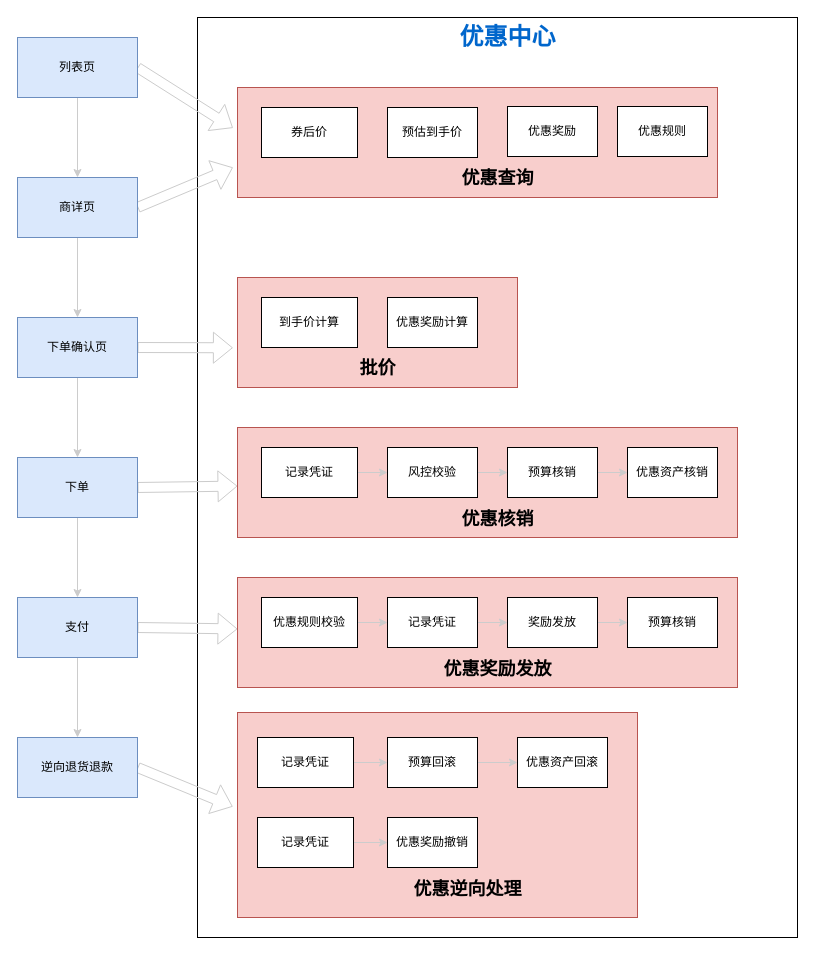
Before: page "Page-36" (24 of 32) of Untitled Diagram.drawio in zengcrvip/basedemo, a draw.io diagram. Source tidied: cells renumbered, new cells numbered last; positions are measured from the earlier drawing's top-left corner, leaving out a move shared by most shapes. Both pictures are drawn from the tidied source at 100%, with x=0, y=0 at pixel (17, 17).
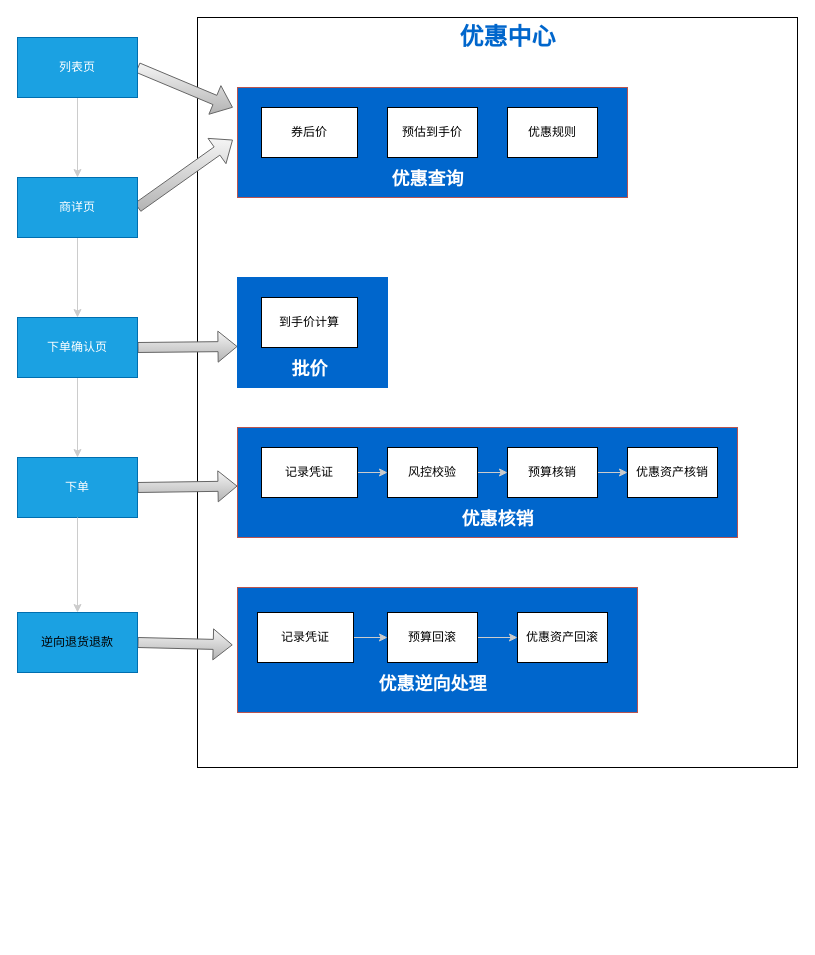
The same page after the edit.

What changed in the source:
```diff
@@
     <mxCell id="2" style="rounded=0;whiteSpace=wrap;html=1;fontFamily=Verdana;fontSize=12;fontColor=#000000;align=center;" parent="1" vertex="1">
-      <mxGeometry x="180" width="600" height="920" as="geometry" />
+      <mxGeometry x="180" width="600" height="750" as="geometry" />
     </mxCell>
@@
-    <mxCell id="4" style="edgeStyle=none;shape=flexArrow;rounded=1;jettySize=auto;html=1;exitX=1;exitY=0.5;exitDx=0;exitDy=0;entryX=0.059;entryY=0.12;entryDx=0;entryDy=0;entryPerimeter=0;labelBackgroundColor=default;fontFamily=Verdana;fontSize=12;fontColor=#000000;strokeColor=#CCCCCC;" parent="1" edge="1" source="5" target="2">
+    <mxCell id="4" style="edgeStyle=none;shape=flexArrow;rounded=1;jettySize=auto;html=1;exitX=1;exitY=0.5;exitDx=0;exitDy=0;entryX=0.059;entryY=0.12;entryDx=0;entryDy=0;entryPerimeter=0;labelBackgroundColor=default;fontFamily=Verdana;fontSize=12;fontColor=#000000;strokeColor=#666666;fillColor=#f5f5f5;gradientColor=#b3b3b3;" parent="1" edge="1" source="5" target="2">
       <mxGeometry relative="1" as="geometry" />
     </mxCell>
-    <mxCell id="5" value="列表页" style="rounded=0;whiteSpace=wrap;html=1;fillColor=#dae8fc;strokeColor=#6c8ebf;" parent="1" vertex="1">
+    <mxCell id="5" value="列表页" style="rounded=0;whiteSpace=wrap;html=1;fillColor=#1ba1e2;strokeColor=#006EAF;fontColor=#ffffff;" parent="1" vertex="1">
       <mxGeometry y="20" width="120" height="60" as="geometry" />
     </mxCell>
@@
-    <mxCell id="7" style="edgeStyle=none;shape=flexArrow;rounded=1;jettySize=auto;html=1;exitX=1;exitY=0.5;exitDx=0;exitDy=0;entryX=0.059;entryY=0.163;entryDx=0;entryDy=0;entryPerimeter=0;labelBackgroundColor=default;fontFamily=Verdana;fontSize=12;fontColor=#000000;strokeColor=#CCCCCC;" parent="1" edge="1" source="8" target="2">
+    <mxCell id="7" style="edgeStyle=none;shape=flexArrow;rounded=1;jettySize=auto;html=1;exitX=1;exitY=0.5;exitDx=0;exitDy=0;entryX=0.059;entryY=0.163;entryDx=0;entryDy=0;entryPerimeter=0;labelBackgroundColor=default;fontFamily=Verdana;fontSize=12;fontColor=#000000;strokeColor=#666666;fillColor=#f5f5f5;gradientColor=#b3b3b3;" parent="1" edge="1" source="8" target="2">
       <mxGeometry relative="1" as="geometry" />
     </mxCell>
-    <mxCell id="8" value="商详页" style="rounded=0;whiteSpace=wrap;html=1;fillColor=#dae8fc;strokeColor=#6c8ebf;" parent="1" vertex="1">
+    <mxCell id="8" value="商详页" style="rounded=0;whiteSpace=wrap;html=1;fillColor=#1ba1e2;strokeColor=#006EAF;fontColor=#ffffff;" parent="1" vertex="1">
       <mxGeometry y="160" width="120" height="60" as="geometry" />
     </mxCell>
@@
-    <mxCell id="10" style="edgeStyle=none;shape=flexArrow;rounded=1;jettySize=auto;html=1;exitX=1;exitY=0.5;exitDx=0;exitDy=0;entryX=0.059;entryY=0.359;entryDx=0;entryDy=0;entryPerimeter=0;labelBackgroundColor=default;fontFamily=Verdana;fontSize=12;fontColor=#000000;strokeColor=#CCCCCC;" parent="1" edge="1" source="11" target="2">
+    <mxCell id="10" style="edgeStyle=none;shape=flexArrow;rounded=1;jettySize=auto;html=1;exitX=1;exitY=0.5;exitDx=0;exitDy=0;entryX=0;entryY=0.627;entryDx=0;entryDy=0;entryPerimeter=0;labelBackgroundColor=default;fontFamily=Verdana;fontSize=12;fontColor=#000000;strokeColor=#666666;fillColor=#f5f5f5;gradientColor=#b3b3b3;" parent="1" edge="1" source="11" target="48">
       <mxGeometry relative="1" as="geometry" />
     </mxCell>
-    <mxCell id="11" value="下单确认页" style="rounded=0;whiteSpace=wrap;html=1;fillColor=#dae8fc;strokeColor=#6c8ebf;" parent="1" vertex="1">
+    <mxCell id="11" value="下单确认页" style="rounded=0;whiteSpace=wrap;html=1;fillColor=#1ba1e2;strokeColor=#006EAF;fontColor=#ffffff;" parent="1" vertex="1">
       <mxGeometry y="300" width="120" height="60" as="geometry" />
     </mxCell>
-    <mxCell id="12" style="edgeStyle=none;rounded=1;jettySize=auto;html=1;exitX=0.5;exitY=1;exitDx=0;exitDy=0;entryX=0.5;entryY=0;entryDx=0;entryDy=0;labelBackgroundColor=default;fontFamily=Verdana;fontSize=12;fontColor=#000000;strokeColor=#CCCCCC;" parent="1" edge="1" source="14" target="17">
-      <mxGeometry relative="1" as="geometry" />
-    </mxCell>
-    <mxCell id="13" style="edgeStyle=none;shape=flexArrow;rounded=1;jettySize=auto;html=1;exitX=1;exitY=0.5;exitDx=0;exitDy=0;labelBackgroundColor=default;fontFamily=Verdana;fontSize=12;fontColor=#000000;strokeColor=#CCCCCC;" parent="1" edge="1" source="14" target="20">
+    <mxCell id="13" style="edgeStyle=none;shape=flexArrow;rounded=1;jettySize=auto;html=1;exitX=1;exitY=0.5;exitDx=0;exitDy=0;labelBackgroundColor=default;fontFamily=Verdana;fontSize=12;fontColor=#000000;strokeColor=#666666;fillColor=#f5f5f5;gradientColor=#b3b3b3;" parent="1" edge="1" source="14" target="20">
       <mxGeometry relative="1" as="geometry" />
     </mxCell>
-    <mxCell id="14" value="下单" style="rounded=0;whiteSpace=wrap;html=1;fillColor=#dae8fc;strokeColor=#6c8ebf;" parent="1" vertex="1">
+    <mxCell id="14" value="下单" style="rounded=0;whiteSpace=wrap;html=1;fillColor=#1ba1e2;strokeColor=#006EAF;fontColor=#ffffff;" parent="1" vertex="1">
       <mxGeometry y="440" width="120" height="60" as="geometry" />
     </mxCell>
-    <mxCell id="15" style="edgeStyle=none;rounded=1;jettySize=auto;html=1;exitX=0.5;exitY=1;exitDx=0;exitDy=0;entryX=0.5;entryY=0;entryDx=0;entryDy=0;labelBackgroundColor=default;fontFamily=Verdana;fontSize=12;fontColor=#000000;strokeColor=#CCCCCC;" parent="1" edge="1" source="17" target="19">
-      <mxGeometry relative="1" as="geometry" />
+    <mxCell id="15" style="edgeStyle=none;rounded=1;jettySize=auto;html=1;exitX=0.5;exitY=1;exitDx=0;exitDy=0;entryX=0.5;entryY=0;entryDx=0;entryDy=0;labelBackgroundColor=default;fontFamily=Verdana;fontSize=12;fontColor=#000000;strokeColor=#CCCCCC;" parent="1" edge="1" target="19">
+      <mxGeometry relative="1" as="geometry">
+        <mxPoint x="60" y="500" as="sourcePoint" />
+      </mxGeometry>
     </mxCell>
-    <mxCell id="16" style="edgeStyle=none;shape=flexArrow;rounded=1;jettySize=auto;html=1;exitX=1;exitY=0.5;exitDx=0;exitDy=0;labelBackgroundColor=default;fontFamily=Verdana;fontSize=12;fontColor=#000000;strokeColor=#CCCCCC;" parent="1" edge="1" source="17" target="39">
-      <mxGeometry relative="1" as="geometry" />
-    </mxCell>
-    <mxCell id="17" value="支付" style="rounded=0;whiteSpace=wrap;html=1;fillColor=#dae8fc;strokeColor=#6c8ebf;" parent="1" vertex="1">
-      <mxGeometry y="580" width="120" height="60" as="geometry" />
-    </mxCell>
-    <mxCell id="18" style="edgeStyle=none;shape=flexArrow;rounded=1;jettySize=auto;html=1;exitX=1;exitY=0.5;exitDx=0;exitDy=0;entryX=-0.012;entryY=0.459;entryDx=0;entryDy=0;entryPerimeter=0;labelBackgroundColor=default;fontFamily=Verdana;fontSize=12;fontColor=#000000;strokeColor=#CCCCCC;" parent="1" edge="1" source="19" target="29">
+    <mxCell id="18" style="edgeStyle=none;shape=flexArrow;rounded=1;jettySize=auto;html=1;exitX=1;exitY=0.5;exitDx=0;exitDy=0;entryX=-0.012;entryY=0.459;entryDx=0;entryDy=0;entryPerimeter=0;labelBackgroundColor=default;fontFamily=Verdana;fontSize=12;fontColor=#000000;strokeColor=#666666;fillColor=#f5f5f5;gradientColor=#b3b3b3;" parent="1" edge="1" source="19" target="29">
       <mxGeometry relative="1" as="geometry" />
     </mxCell>
-    <mxCell id="19" value="&lt;span style=&quot;color: rgb(0 , 0 , 0)&quot;&gt;逆向退货退款&lt;/span&gt;" style="rounded=0;whiteSpace=wrap;html=1;fillColor=#dae8fc;strokeColor=#6c8ebf;" parent="1" vertex="1">
-      <mxGeometry y="720" width="120" height="60" as="geometry" />
+    <mxCell id="19" value="&lt;span style=&quot;color: rgb(0 , 0 , 0)&quot;&gt;逆向退货退款&lt;/span&gt;" style="rounded=0;whiteSpace=wrap;html=1;fillColor=#1ba1e2;strokeColor=#006EAF;fontColor=#ffffff;" parent="1" vertex="1">
+      <mxGeometry y="595" width="120" height="60" as="geometry" />
     </mxCell>
-    <mxCell id="20" style="rounded=0;whiteSpace=wrap;html=1;fontFamily=Verdana;fontSize=12;align=center;fillColor=#f8cecc;strokeColor=#b85450;" parent="1" vertex="1">
+    <mxCell id="20" style="rounded=0;whiteSpace=wrap;html=1;fontFamily=Verdana;fontSize=12;align=center;fillColor=#0066CC;strokeColor=#b85450;" parent="1" vertex="1">
       <mxGeometry x="220" y="410" width="500" height="110" as="geometry" />
     </mxCell>
@@
-    <mxCell id="28" value="&lt;font style=&quot;font-size: 18px&quot;&gt;优惠核销&lt;/font&gt;" style="text;strokeColor=none;fillColor=none;html=1;fontSize=24;fontStyle=1;verticalAlign=middle;align=center;fontFamily=Verdana;fontColor=#000000;" parent="1" vertex="1">
+    <mxCell id="28" value="&lt;font style=&quot;font-size: 18px&quot; color=&quot;#ffffff&quot;&gt;优惠核销&lt;/font&gt;" style="text;strokeColor=none;fillColor=none;html=1;fontSize=24;fontStyle=1;verticalAlign=middle;align=center;fontFamily=Verdana;fontColor=#000000;" parent="1" vertex="1">
       <mxGeometry x="430" y="480" width="100" height="40" as="geometry" />
     </mxCell>
-    <mxCell id="29" style="rounded=0;whiteSpace=wrap;html=1;fontFamily=Verdana;fontSize=12;align=center;fillColor=#f8cecc;strokeColor=#b85450;" parent="1" vertex="1">
-      <mxGeometry x="220" y="695" width="400" height="205" as="geometry" />
+    <mxCell id="29" style="rounded=0;whiteSpace=wrap;html=1;fontFamily=Verdana;fontSize=12;align=center;fillColor=#0066CC;strokeColor=#b85450;" parent="1" vertex="1">
+      <mxGeometry x="220" y="570" width="400" height="125" as="geometry" />
     </mxCell>
@@
     <mxCell id="31" value="记录凭证" style="rounded=0;whiteSpace=wrap;html=1;fontFamily=Verdana;fontSize=12;fontColor=#000000;align=center;" parent="1" vertex="1">
-      <mxGeometry x="240" y="720" width="96" height="50" as="geometry" />
+      <mxGeometry x="240" y="595" width="96" height="50" as="geometry" />
     </mxCell>
@@
     <mxCell id="33" value="预算回滚" style="rounded=0;whiteSpace=wrap;html=1;fontFamily=Verdana;fontSize=12;fontColor=#000000;align=center;" parent="1" vertex="1">
-      <mxGeometry x="370" y="720" width="90" height="50" as="geometry" />
+      <mxGeometry x="370" y="595" width="90" height="50" as="geometry" />
     </mxCell>
     <mxCell id="34" value="优惠资产回滚" style="rounded=0;whiteSpace=wrap;html=1;fontFamily=Verdana;fontSize=12;fontColor=#000000;align=center;" parent="1" vertex="1">
-      <mxGeometry x="500" y="720" width="90" height="50" as="geometry" />
+      <mxGeometry x="500" y="595" width="90" height="50" as="geometry" />
     </mxCell>
-    <mxCell id="35" style="edgeStyle=none;rounded=1;jettySize=auto;html=1;exitX=1;exitY=0.5;exitDx=0;exitDy=0;labelBackgroundColor=default;fontFamily=Verdana;fontSize=12;fontColor=#0066CC;strokeColor=#CCCCCC;" parent="1" edge="1" source="36" target="37">
-      <mxGeometry relative="1" as="geometry" />
-    </mxCell>
-    <mxCell id="36" value="记录凭证" style="rounded=0;whiteSpace=wrap;html=1;fontFamily=Verdana;fontSize=12;fontColor=#000000;align=center;" parent="1" vertex="1">
-      <mxGeometry x="240" y="800" width="96" height="50" as="geometry" />
-    </mxCell>
-    <mxCell id="37" value="优惠奖励撤销" style="rounded=0;whiteSpace=wrap;html=1;fontFamily=Verdana;fontSize=12;fontColor=#000000;align=center;" parent="1" vertex="1">
-      <mxGeometry x="370" y="800" width="90" height="50" as="geometry" />
-    </mxCell>
-    <mxCell id="38" value="&lt;font style=&quot;font-size: 18px&quot;&gt;优惠逆向处理&lt;/font&gt;" style="text;strokeColor=none;fillColor=none;html=1;fontSize=24;fontStyle=1;verticalAlign=middle;align=center;fontFamily=Verdana;fontColor=#000000;" parent="1" vertex="1">
-      <mxGeometry x="400" y="850" width="100" height="40" as="geometry" />
+    <mxCell id="38" value="&lt;font style=&quot;font-size: 18px&quot; color=&quot;#ffffff&quot;&gt;优惠逆向处理&lt;/font&gt;" style="text;strokeColor=none;fillColor=none;html=1;fontSize=24;fontStyle=1;verticalAlign=middle;align=center;fontFamily=Verdana;fontColor=#000000;" parent="1" vertex="1">
+      <mxGeometry x="365" y="645" width="100" height="40" as="geometry" />
     </mxCell>
-    <mxCell id="39" style="rounded=0;whiteSpace=wrap;html=1;fontFamily=Verdana;fontSize=12;align=center;fillColor=#f8cecc;strokeColor=#b85450;" parent="1" vertex="1">
-      <mxGeometry x="220" y="560" width="500" height="110" as="geometry" />
-    </mxCell>
-    <mxCell id="40" style="edgeStyle=none;rounded=1;jettySize=auto;html=1;exitX=1;exitY=0.5;exitDx=0;exitDy=0;entryX=0;entryY=0.5;entryDx=0;entryDy=0;labelBackgroundColor=default;fontFamily=Verdana;fontSize=12;fontColor=#0066CC;strokeColor=#CCCCCC;" parent="1" edge="1" source="41" target="43">
-      <mxGeometry relative="1" as="geometry" />
-    </mxCell>
-    <mxCell id="41" value="优惠规则校验" style="rounded=0;whiteSpace=wrap;html=1;fontFamily=Verdana;fontSize=12;fontColor=#000000;align=center;" parent="1" vertex="1">
-      <mxGeometry x="244" y="580" width="96" height="50" as="geometry" />
-    </mxCell>
-    <mxCell id="42" style="edgeStyle=none;rounded=1;jettySize=auto;html=1;exitX=1;exitY=0.5;exitDx=0;exitDy=0;entryX=0;entryY=0.5;entryDx=0;entryDy=0;labelBackgroundColor=default;fontFamily=Verdana;fontSize=12;fontColor=#0066CC;strokeColor=#CCCCCC;" parent="1" edge="1" source="43" target="45">
-      <mxGeometry relative="1" as="geometry" />
-    </mxCell>
-    <mxCell id="43" value="记录凭证" style="rounded=0;whiteSpace=wrap;html=1;fontFamily=Verdana;fontSize=12;fontColor=#000000;align=center;" parent="1" vertex="1">
-      <mxGeometry x="370" y="580" width="90" height="50" as="geometry" />
-    </mxCell>
-    <mxCell id="44" style="edgeStyle=none;rounded=1;jettySize=auto;html=1;exitX=1;exitY=0.5;exitDx=0;exitDy=0;entryX=0;entryY=0.5;entryDx=0;entryDy=0;labelBackgroundColor=default;fontFamily=Verdana;fontSize=12;fontColor=#0066CC;strokeColor=#CCCCCC;" parent="1" edge="1" source="45" target="47">
-      <mxGeometry relative="1" as="geometry" />
-    </mxCell>
-    <mxCell id="45" value="奖励发放" style="rounded=0;whiteSpace=wrap;html=1;fontFamily=Verdana;fontSize=12;fontColor=#000000;align=center;" parent="1" vertex="1">
-      <mxGeometry x="490" y="580" width="90" height="50" as="geometry" />
-    </mxCell>
-    <mxCell id="46" value="&lt;span style=&quot;font-size: 18px&quot;&gt;优惠奖励发放&lt;/span&gt;" style="text;strokeColor=none;fillColor=none;html=1;fontSize=24;fontStyle=1;verticalAlign=middle;align=center;fontFamily=Verdana;fontColor=#000000;" parent="1" vertex="1">
-      <mxGeometry x="430" y="630" width="100" height="40" as="geometry" />
-    </mxCell>
-    <mxCell id="47" value="预算核销" style="rounded=0;whiteSpace=wrap;html=1;fontFamily=Verdana;fontSize=12;fontColor=#000000;align=center;" parent="1" vertex="1">
-      <mxGeometry x="610" y="580" width="90" height="50" as="geometry" />
-    </mxCell>
-    <mxCell id="48" style="rounded=0;whiteSpace=wrap;html=1;fontFamily=Verdana;fontSize=12;align=center;fillColor=#f8cecc;strokeColor=#b85450;" parent="1" vertex="1">
-      <mxGeometry x="220" y="260" width="280" height="110" as="geometry" />
+    <mxCell id="48" style="rounded=0;whiteSpace=wrap;html=1;fontFamily=Verdana;fontSize=12;align=center;fillColor=#0066CC;strokeColor=#0066CC;" parent="1" vertex="1">
+      <mxGeometry x="220" y="260" width="150" height="110" as="geometry" />
     </mxCell>
@@
-    <mxCell id="50" value="优惠奖励计算" style="rounded=0;whiteSpace=wrap;html=1;fontFamily=Verdana;fontSize=12;fontColor=#000000;align=center;" parent="1" vertex="1">
-      <mxGeometry x="370" y="280" width="90" height="50" as="geometry" />
-    </mxCell>
-    <mxCell id="51" value="&lt;span style=&quot;font-size: 18px&quot;&gt;批价&lt;/span&gt;" style="text;strokeColor=none;fillColor=none;html=1;fontSize=24;fontStyle=1;verticalAlign=middle;align=center;fontFamily=Verdana;fontColor=#000000;" parent="1" vertex="1">
-      <mxGeometry x="310" y="329" width="100" height="40" as="geometry" />
+    <mxCell id="51" value="&lt;span style=&quot;font-size: 18px&quot;&gt;&lt;font color=&quot;#ffffff&quot;&gt;批价&lt;/font&gt;&lt;/span&gt;" style="text;strokeColor=none;fillColor=none;html=1;fontSize=24;fontStyle=1;verticalAlign=middle;align=center;fontFamily=Verdana;fontColor=#000000;" parent="1" vertex="1">
+      <mxGeometry x="242" y="330" width="100" height="40" as="geometry" />
     </mxCell>
@@
-    <mxCell id="53" style="rounded=0;whiteSpace=wrap;html=1;fontFamily=Verdana;fontSize=12;align=center;fillColor=#f8cecc;strokeColor=#b85450;" parent="1" vertex="1">
-      <mxGeometry x="220" y="70" width="480" height="110" as="geometry" />
+    <mxCell id="53" style="rounded=0;whiteSpace=wrap;html=1;fontFamily=Verdana;fontSize=12;align=center;fillColor=#0066CC;strokeColor=#b85450;" parent="1" vertex="1">
+      <mxGeometry x="220" y="70" width="390" height="110" as="geometry" />
     </mxCell>
@@
-    <mxCell id="56" value="&lt;span style=&quot;font-size: 18px&quot;&gt;优惠查询&lt;/span&gt;" style="text;strokeColor=none;fillColor=none;html=1;fontSize=24;fontStyle=1;verticalAlign=middle;align=center;fontFamily=Verdana;fontColor=#000000;" parent="1" vertex="1">
-      <mxGeometry x="430" y="139" width="100" height="40" as="geometry" />
+    <mxCell id="56" value="&lt;span style=&quot;font-size: 18px&quot;&gt;&lt;font color=&quot;#ffffff&quot;&gt;优惠查询&lt;/font&gt;&lt;/span&gt;" style="text;strokeColor=none;fillColor=none;html=1;fontSize=24;fontStyle=1;verticalAlign=middle;align=center;fontFamily=Verdana;fontColor=#000000;" parent="1" vertex="1">
+      <mxGeometry x="360" y="140" width="100" height="40" as="geometry" />
     </mxCell>
@@
-    <mxCell id="58" value="优惠奖励" style="rounded=0;whiteSpace=wrap;html=1;fontFamily=Verdana;fontSize=12;fontColor=#000000;align=center;" parent="1" vertex="1">
-      <mxGeometry x="490" y="89" width="90" height="50" as="geometry" />
-    </mxCell>
     <mxCell id="59" value="优惠规则" style="rounded=0;whiteSpace=wrap;html=1;fontFamily=Verdana;fontSize=12;fontColor=#000000;align=center;" parent="1" vertex="1">
-      <mxGeometry x="600" y="89" width="90" height="50" as="geometry" />
+      <mxGeometry x="490" y="90" width="90" height="50" as="geometry" />
     </mxCell>
```
